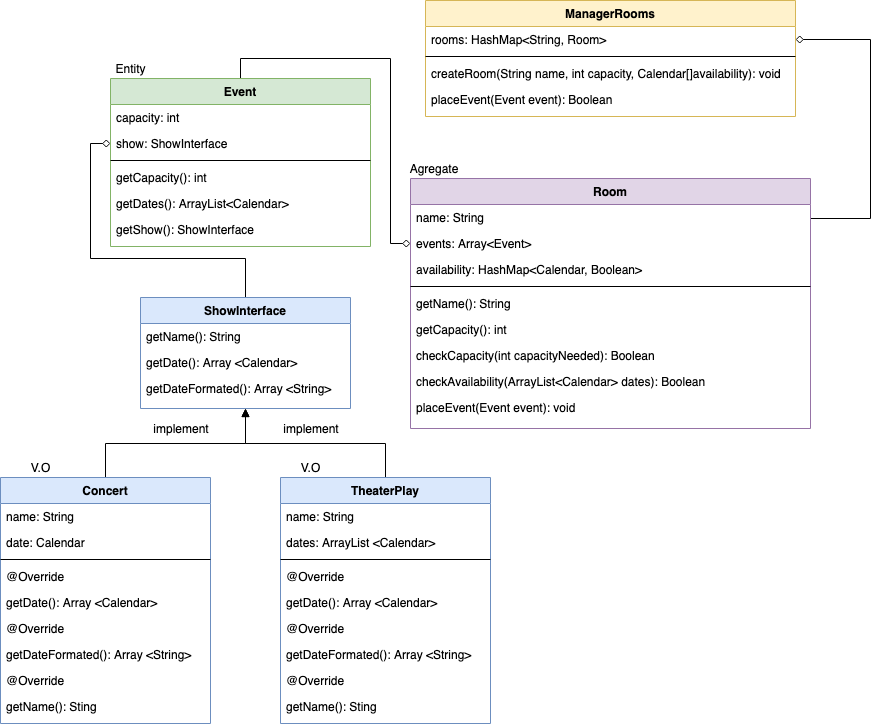
This is JolieCiteProject/report_JolieCite/images/JolieCiteProgram.png from MaxwellSam/OOPJava, a draw.io export, as it was before one commit. Source tidied: cells renumbered, new cells last; positions are measured from the earlier drawing's top-left corner, leaving out a move shared by most shapes.
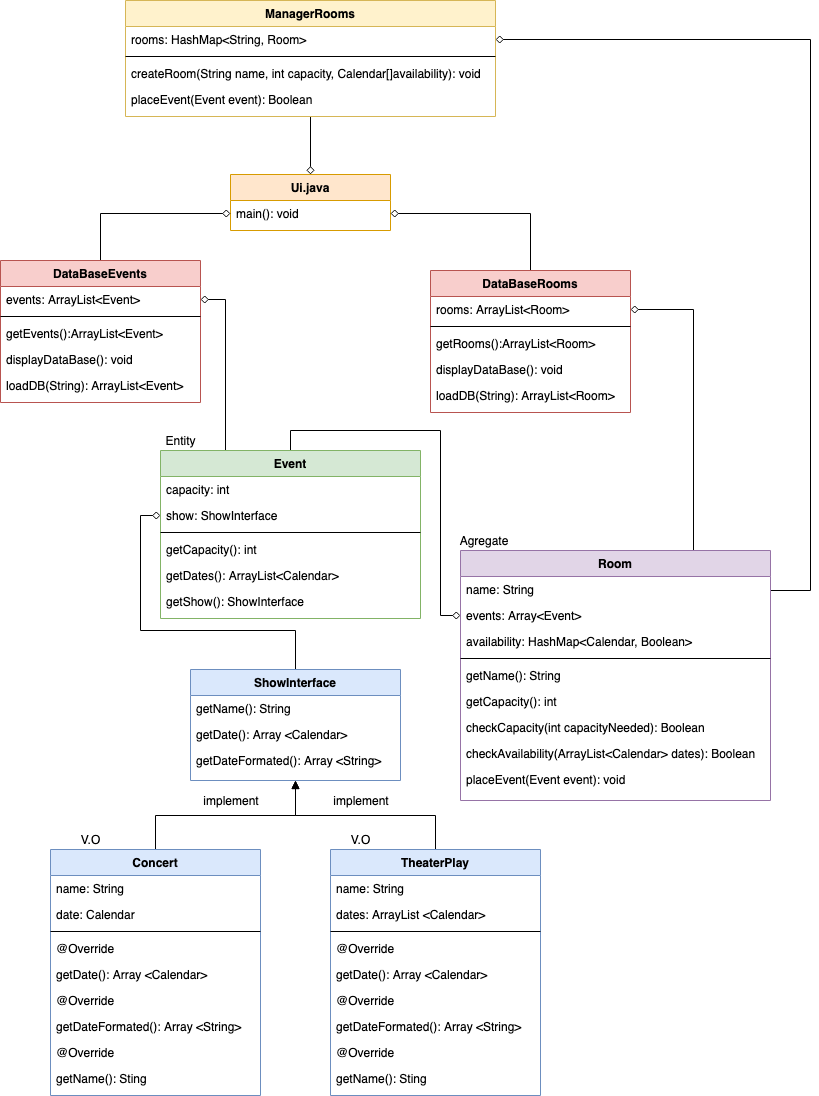
Above is the later version.

Diff of the diagram source:
```diff
@@ -92,6 +92,9 @@
     <mxCell id="29" style="edgeStyle=orthogonalEdgeStyle;rounded=0;jettySize=auto;html=1;exitX=0.5;exitY=0;exitDx=0;exitDy=0;entryX=0;entryY=0.5;entryDx=0;entryDy=0;endArrow=diamond;endFill=0;" parent="1" edge="1" source="30" target="40">
       <mxGeometry relative="1" as="geometry" />
     </mxCell>
+    <mxCell id="59" style="edgeStyle=orthogonalEdgeStyle;rounded=0;jettySize=auto;html=1;exitX=0.25;exitY=0;exitDx=0;exitDy=0;entryX=1;entryY=0.5;entryDx=0;entryDy=0;endArrow=diamond;endFill=0;" parent="1" edge="1" source="30" target="66">
+      <mxGeometry relative="1" as="geometry" />
+    </mxCell>
     <mxCell id="30" value="Event" style="swimlane;fontStyle=1;horizontal=1;startSize=26;swimlaneFillColor=#ffffff;fillColor=#d5e8d4;strokeColor=#82b366;" parent="1" vertex="1">
       <mxGeometry x="110" y="78" width="260" height="168" as="geometry" />
     </mxCell>
@@ -116,44 +119,51 @@
     <mxCell id="37" style="edgeStyle=orthogonalEdgeStyle;rounded=0;jettySize=auto;html=1;exitX=0.5;exitY=0;exitDx=0;exitDy=0;entryX=1;entryY=0.5;entryDx=0;entryDy=0;endArrow=diamond;endFill=0;" parent="1" edge="1" source="38" target="49">
       <mxGeometry relative="1" as="geometry">
         <Array as="points">
+          <mxPoint x="610" y="178" />
           <mxPoint x="610" y="218" />
-          <mxPoint x="870" y="218" />
-          <mxPoint x="870" y="39" />
+          <mxPoint x="760" y="218" />
+          <mxPoint x="760" y="-333" />
         </Array>
       </mxGeometry>
     </mxCell>
+    <mxCell id="60" style="edgeStyle=orthogonalEdgeStyle;rounded=0;jettySize=auto;html=1;exitX=0.75;exitY=0;exitDx=0;exitDy=0;entryX=1;entryY=0.5;entryDx=0;entryDy=0;endArrow=diamond;endFill=0;" parent="1" edge="1" source="38" target="73">
+      <mxGeometry relative="1" as="geometry" />
+    </mxCell>
     <mxCell id="38" value="Room" style="swimlane;fontStyle=1;horizontal=1;startSize=26;swimlaneFillColor=#ffffff;fillColor=#e1d5e7;strokeColor=#9673a6;" parent="1" vertex="1">
-      <mxGeometry x="410" y="178" width="400" height="250" as="geometry" />
+      <mxGeometry x="410" y="178" width="310" height="250" as="geometry" />
     </mxCell>
     <mxCell id="39" value="name: String" style="text;strokeColor=none;fillColor=none;align=left;verticalAlign=top;spacingLeft=4;spacingRight=4;overflow=hidden;" parent="38" vertex="1">
-      <mxGeometry y="26" width="400" height="26" as="geometry" />
+      <mxGeometry y="26" width="310" height="26" as="geometry" />
     </mxCell>
     <mxCell id="40" value="events: Array&lt;Event&gt;" style="text;strokeColor=none;fillColor=none;align=left;verticalAlign=top;spacingLeft=4;spacingRight=4;overflow=hidden;points=[[0,0.5],[1,0.5]];portConstraint=eastwest;" parent="38" vertex="1">
-      <mxGeometry y="52" width="400" height="26" as="geometry" />
+      <mxGeometry y="52" width="310" height="26" as="geometry" />
     </mxCell>
     <mxCell id="41" value="availability: HashMap&lt;Calendar, Boolean&gt;" style="text;strokeColor=none;fillColor=none;align=left;verticalAlign=top;spacingLeft=4;spacingRight=4;overflow=hidden;" parent="38" vertex="1">
-      <mxGeometry y="78" width="400" height="26" as="geometry" />
+      <mxGeometry y="78" width="310" height="26" as="geometry" />
     </mxCell>
     <mxCell id="42" style="line;strokeWidth=1;fillColor=none;align=left;verticalAlign=middle;spacingTop=-1;spacingLeft=3;spacingRight=3;labelPosition=right;" parent="38" vertex="1">
-      <mxGeometry y="104" width="400" height="8" as="geometry" />
+      <mxGeometry y="104" width="310" height="8" as="geometry" />
     </mxCell>
     <mxCell id="43" value="getName(): String" style="text;strokeColor=none;fillColor=none;align=left;verticalAlign=top;spacingLeft=4;spacingRight=4;overflow=hidden;" parent="38" vertex="1">
-      <mxGeometry y="112" width="400" height="26" as="geometry" />
+      <mxGeometry y="112" width="310" height="26" as="geometry" />
     </mxCell>
     <mxCell id="44" value="getCapacity(): int" style="text;strokeColor=none;fillColor=none;align=left;verticalAlign=top;spacingLeft=4;spacingRight=4;overflow=hidden;" parent="38" vertex="1">
-      <mxGeometry y="138" width="400" height="26" as="geometry" />
+      <mxGeometry y="138" width="310" height="26" as="geometry" />
     </mxCell>
     <mxCell id="45" value="checkCapacity(int capacityNeeded): Boolean" style="text;strokeColor=none;fillColor=none;align=left;verticalAlign=top;spacingLeft=4;spacingRight=4;overflow=hidden;" parent="38" vertex="1">
-      <mxGeometry y="164" width="400" height="26" as="geometry" />
+      <mxGeometry y="164" width="310" height="26" as="geometry" />
     </mxCell>
     <mxCell id="46" value="checkAvailability(ArrayList&lt;Calendar&gt; dates): Boolean" style="text;strokeColor=none;fillColor=none;align=left;verticalAlign=top;spacingLeft=4;spacingRight=4;overflow=hidden;" parent="38" vertex="1">
-      <mxGeometry y="190" width="400" height="26" as="geometry" />
+      <mxGeometry y="190" width="310" height="26" as="geometry" />
     </mxCell>
     <mxCell id="47" value="placeEvent(Event event): void" style="text;strokeColor=none;fillColor=none;align=left;verticalAlign=top;spacingLeft=4;spacingRight=4;overflow=hidden;" parent="38" vertex="1">
-      <mxGeometry y="216" width="400" height="26" as="geometry" />
+      <mxGeometry y="216" width="310" height="26" as="geometry" />
     </mxCell>
+    <mxCell id="61" style="edgeStyle=orthogonalEdgeStyle;rounded=0;jettySize=auto;html=1;exitX=0.5;exitY=1;exitDx=0;exitDy=0;entryX=0.5;entryY=0;entryDx=0;entryDy=0;endArrow=diamond;endFill=0;" parent="1" edge="1" source="48" target="62">
+      <mxGeometry relative="1" as="geometry" />
+    </mxCell>
     <mxCell id="48" value="ManagerRooms" style="swimlane;fontStyle=1;horizontal=1;startSize=26;swimlaneFillColor=#ffffff;fillColor=#fff2cc;strokeColor=#d6b656;" parent="1" vertex="1">
-      <mxGeometry x="425" width="370" height="116" as="geometry" />
+      <mxGeometry x="75" y="-372" width="370" height="116" as="geometry" />
     </mxCell>
     <mxCell id="49" value="rooms: HashMap&lt;String, Room&gt;" style="text;strokeColor=none;fillColor=none;align=left;verticalAlign=top;spacingLeft=4;spacingRight=4;overflow=hidden;points=[[0,0.5],[1,0.5]];portConstraint=eastwest;" parent="48" vertex="1">
       <mxGeometry y="26" width="370" height="26" as="geometry" />
@@ -185,5 +195,53 @@
     <mxCell id="58" value="Agregate" style="text;html=1;strokeColor=none;fillColor=none;align=center;verticalAlign=middle;whiteSpace=wrap;rounded=0;" parent="1" vertex="1">
       <mxGeometry x="413" y="158" width="40" height="20" as="geometry" />
     </mxCell>
+    <mxCell id="62" value="Ui.java" style="swimlane;fontStyle=1;horizontal=1;startSize=26;swimlaneFillColor=#ffffff;fillColor=#ffe6cc;strokeColor=#d79b00;" parent="1" vertex="1">
+      <mxGeometry x="180" y="-198" width="160" height="56" as="geometry" />
+    </mxCell>
+    <mxCell id="63" value="main(): void" style="text;strokeColor=none;fillColor=none;align=left;verticalAlign=top;spacingLeft=4;spacingRight=4;overflow=hidden;points=[[0,0.5],[1,0.5]];portConstraint=eastwest;" parent="62" vertex="1">
+      <mxGeometry y="26" width="160" height="26" as="geometry" />
+    </mxCell>
+    <mxCell id="64" style="edgeStyle=orthogonalEdgeStyle;rounded=0;jettySize=auto;html=1;exitX=0.5;exitY=0;exitDx=0;exitDy=0;entryX=0;entryY=0.5;entryDx=0;entryDy=0;endArrow=diamond;endFill=0;" parent="1" edge="1" source="65" target="63">
+      <mxGeometry relative="1" as="geometry" />
+    </mxCell>
+    <mxCell id="65" value="DataBaseEvents" style="swimlane;fontStyle=1;horizontal=1;startSize=26;swimlaneFillColor=#ffffff;fillColor=#f8cecc;strokeColor=#b85450;" parent="1" vertex="1">
+      <mxGeometry x="-50" y="-112" width="200" height="142" as="geometry" />
+    </mxCell>
+    <mxCell id="66" value="events: ArrayList&lt;Event&gt;" style="text;strokeColor=none;fillColor=none;align=left;verticalAlign=top;spacingLeft=4;spacingRight=4;overflow=hidden;points=[[0,0.5],[1,0.5]];portConstraint=eastwest;" parent="65" vertex="1">
+      <mxGeometry y="26" width="200" height="26" as="geometry" />
+    </mxCell>
+    <mxCell id="67" style="line;strokeWidth=1;fillColor=none;align=left;verticalAlign=middle;spacingTop=-1;spacingLeft=3;spacingRight=3;labelPosition=right;" parent="65" vertex="1">
+      <mxGeometry y="52" width="200" height="8" as="geometry" />
+    </mxCell>
+    <mxCell id="68" value="getEvents():ArrayList&lt;Event&gt;" style="text;strokeColor=none;fillColor=none;align=left;verticalAlign=top;spacingLeft=4;spacingRight=4;overflow=hidden;" parent="65" vertex="1">
+      <mxGeometry y="60" width="200" height="26" as="geometry" />
+    </mxCell>
+    <mxCell id="69" value="displayDataBase(): void" style="text;strokeColor=none;fillColor=none;align=left;verticalAlign=top;spacingLeft=4;spacingRight=4;overflow=hidden;" parent="65" vertex="1">
+      <mxGeometry y="86" width="200" height="26" as="geometry" />
+    </mxCell>
+    <mxCell id="70" value="loadDB(String): ArrayList&lt;Event&gt;" style="text;strokeColor=none;fillColor=none;align=left;verticalAlign=top;spacingLeft=4;spacingRight=4;overflow=hidden;" parent="65" vertex="1">
+      <mxGeometry y="112" width="200" height="26" as="geometry" />
+    </mxCell>
+    <mxCell id="71" style="edgeStyle=orthogonalEdgeStyle;rounded=0;jettySize=auto;html=1;exitX=0.5;exitY=0;exitDx=0;exitDy=0;entryX=1;entryY=0.5;entryDx=0;entryDy=0;endArrow=diamond;endFill=0;" parent="1" edge="1" source="72" target="63">
+      <mxGeometry relative="1" as="geometry" />
+    </mxCell>
+    <mxCell id="72" value="DataBaseRooms " style="swimlane;fontStyle=1;horizontal=1;startSize=26;swimlaneFillColor=#ffffff;fillColor=#f8cecc;strokeColor=#b85450;" parent="1" vertex="1">
+      <mxGeometry x="380" y="-102" width="200" height="142" as="geometry" />
+    </mxCell>
+    <mxCell id="73" value="rooms: ArrayList&lt;Room&gt;" style="text;strokeColor=none;fillColor=none;align=left;verticalAlign=top;spacingLeft=4;spacingRight=4;overflow=hidden;points=[[0,0.5],[1,0.5]];portConstraint=eastwest;" parent="72" vertex="1">
+      <mxGeometry y="26" width="200" height="26" as="geometry" />
+    </mxCell>
+    <mxCell id="74" style="line;strokeWidth=1;fillColor=none;align=left;verticalAlign=middle;spacingTop=-1;spacingLeft=3;spacingRight=3;labelPosition=right;" parent="72" vertex="1">
+      <mxGeometry y="52" width="200" height="8" as="geometry" />
+    </mxCell>
+    <mxCell id="75" value="getRooms():ArrayList&lt;Room&gt;" style="text;strokeColor=none;fillColor=none;align=left;verticalAlign=top;spacingLeft=4;spacingRight=4;overflow=hidden;" parent="72" vertex="1">
+      <mxGeometry y="60" width="200" height="26" as="geometry" />
+    </mxCell>
+    <mxCell id="76" value="displayDataBase(): void" style="text;strokeColor=none;fillColor=none;align=left;verticalAlign=top;spacingLeft=4;spacingRight=4;overflow=hidden;" parent="72" vertex="1">
+      <mxGeometry y="86" width="200" height="26" as="geometry" />
+    </mxCell>
+    <mxCell id="77" value="loadDB(String): ArrayList&lt;Room&gt;" style="text;strokeColor=none;fillColor=none;align=left;verticalAlign=top;spacingLeft=4;spacingRight=4;overflow=hidden;" parent="72" vertex="1">
+      <mxGeometry y="112" width="200" height="26" as="geometry" />
+    </mxCell>
   </root>
 </mxGraphModel>
```
